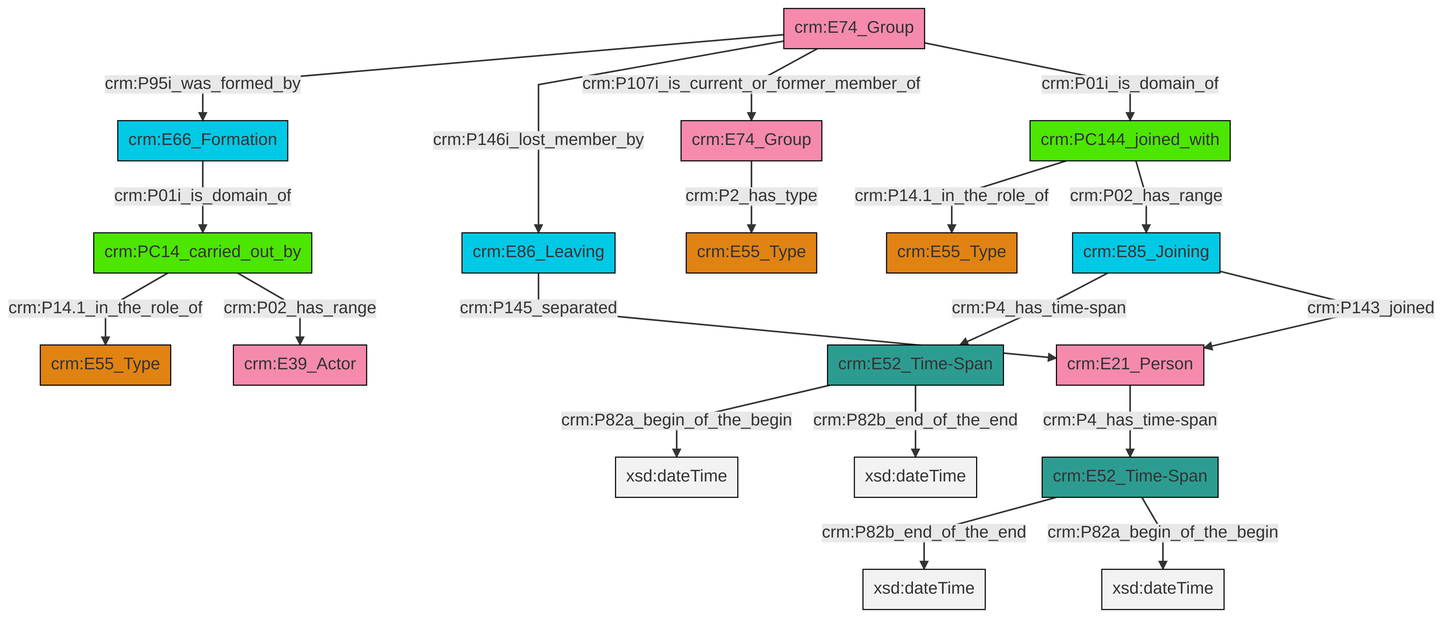
swiss-art-research-net/reference-data-models keeps this Mermaid diagram as et/groupCSV/ttl/mmd/png/group_actor_relations.png. Above is the earlier version. Its source is kept beside it as et/groupCSV/ttl/mmd/group_actor_relations.ttl.mmd.
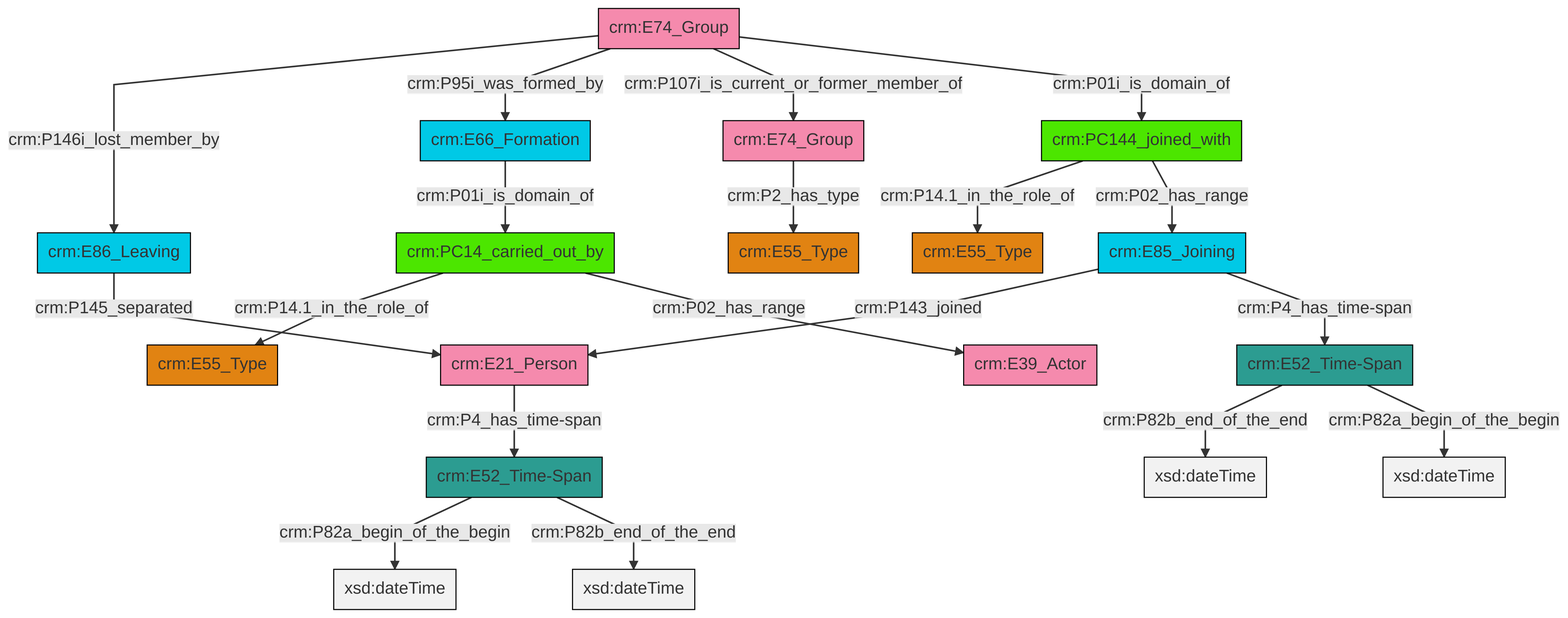
The same diagram one commit later.

What changed in the source:
```diff
@@ -13,21 +13,21 @@
 classDef PC_Classes fill:#4ce600, stroke:#000000;
 classDef Multi fill:#cccccc,stroke:#000000;
 
-2["crm:PC14_carried_out_by"]:::PC_Classes -->|crm:P14.1_in_the_role_of| 3["crm:E55_Type"]:::Type
-4["crm:E52_Time-Span"]:::Time-Span -->|crm:P82a_begin_of_the_begin| 5[xsd:dateTime]:::Literal
-8["crm:E74_Group"]:::Actor -->|crm:P95i_was_formed_by| 9["crm:E66_Formation"]:::Temporal_Entity
-9["crm:E66_Formation"]:::Temporal_Entity -->|crm:P01i_is_domain_of| 2["crm:PC14_carried_out_by"]:::PC_Classes
-8["crm:E74_Group"]:::Actor -->|crm:P146i_lost_member_by| 10["crm:E86_Leaving"]:::Temporal_Entity
-17["crm:PC144_joined_with"]:::PC_Classes -->|crm:P14.1_in_the_role_of| 15["crm:E55_Type"]:::Type
-21["crm:E52_Time-Span"]:::Time-Span -->|crm:P82b_end_of_the_end| 23[xsd:dateTime]:::Literal
-2["crm:PC14_carried_out_by"]:::PC_Classes -->|crm:P02_has_range| 26["crm:E39_Actor"]:::Actor
-10["crm:E86_Leaving"]:::Temporal_Entity -->|crm:P145_separated| 12["crm:E21_Person"]:::Actor
-0["crm:E85_Joining"]:::Temporal_Entity -->|crm:P4_has_time-span| 4["crm:E52_Time-Span"]:::Time-Span
-0["crm:E85_Joining"]:::Temporal_Entity -->|crm:P143_joined| 12["crm:E21_Person"]:::Actor
-8["crm:E74_Group"]:::Actor -->|crm:P107i_is_current_or_former_member_of| 28["crm:E74_Group"]:::Actor
-28["crm:E74_Group"]:::Actor -->|crm:P2_has_type| 6["crm:E55_Type"]:::Type
-12["crm:E21_Person"]:::Actor -->|crm:P4_has_time-span| 21["crm:E52_Time-Span"]:::Time-Span
-21["crm:E52_Time-Span"]:::Time-Span -->|crm:P82a_begin_of_the_begin| 31[xsd:dateTime]:::Literal
-8["crm:E74_Group"]:::Actor -->|crm:P01i_is_domain_of| 17["crm:PC144_joined_with"]:::PC_Classes
-17["crm:PC144_joined_with"]:::PC_Classes -->|crm:P02_has_range| 0["crm:E85_Joining"]:::Temporal_Entity
-4["crm:E52_Time-Span"]:::Time-Span -->|crm:P82b_end_of_the_end| 34[xsd:dateTime]:::Literal
+4["crm:E74_Group"]:::Actor -->|crm:P146i_lost_member_by| 5["crm:E86_Leaving"]:::Temporal_Entity
+4["crm:E74_Group"]:::Actor -->|crm:P95i_was_formed_by| 8["crm:E66_Formation"]:::Temporal_Entity
+4["crm:E74_Group"]:::Actor -->|crm:P107i_is_current_or_former_member_of| 11["crm:E74_Group"]:::Actor
+12["crm:E85_Joining"]:::Temporal_Entity -->|crm:P143_joined| 13["crm:E21_Person"]:::Actor
+6["crm:E52_Time-Span"]:::Time-Span -->|crm:P82b_end_of_the_end| 14[xsd:dateTime]:::Literal
+18["crm:E52_Time-Span"]:::Time-Span -->|crm:P82a_begin_of_the_begin| 19[xsd:dateTime]:::Literal
+8["crm:E66_Formation"]:::Temporal_Entity -->|crm:P01i_is_domain_of| 20["crm:PC14_carried_out_by"]:::PC_Classes
+13["crm:E21_Person"]:::Actor -->|crm:P4_has_time-span| 18["crm:E52_Time-Span"]:::Time-Span
+0["crm:PC144_joined_with"]:::PC_Classes -->|crm:P14.1_in_the_role_of| 16["crm:E55_Type"]:::Type
+20["crm:PC14_carried_out_by"]:::PC_Classes -->|crm:P14.1_in_the_role_of| 22["crm:E55_Type"]:::Type
+18["crm:E52_Time-Span"]:::Time-Span -->|crm:P82b_end_of_the_end| 23[xsd:dateTime]:::Literal
+0["crm:PC144_joined_with"]:::PC_Classes -->|crm:P02_has_range| 12["crm:E85_Joining"]:::Temporal_Entity
+12["crm:E85_Joining"]:::Temporal_Entity -->|crm:P4_has_time-span| 6["crm:E52_Time-Span"]:::Time-Span
+5["crm:E86_Leaving"]:::Temporal_Entity -->|crm:P145_separated| 13["crm:E21_Person"]:::Actor
+6["crm:E52_Time-Span"]:::Time-Span -->|crm:P82a_begin_of_the_begin| 32[xsd:dateTime]:::Literal
+20["crm:PC14_carried_out_by"]:::PC_Classes -->|crm:P02_has_range| 2["crm:E39_Actor"]:::Actor
+4["crm:E74_Group"]:::Actor -->|crm:P01i_is_domain_of| 0["crm:PC144_joined_with"]:::PC_Classes
+11["crm:E74_Group"]:::Actor -->|crm:P2_has_type| 26["crm:E55_Type"]:::Type
```
